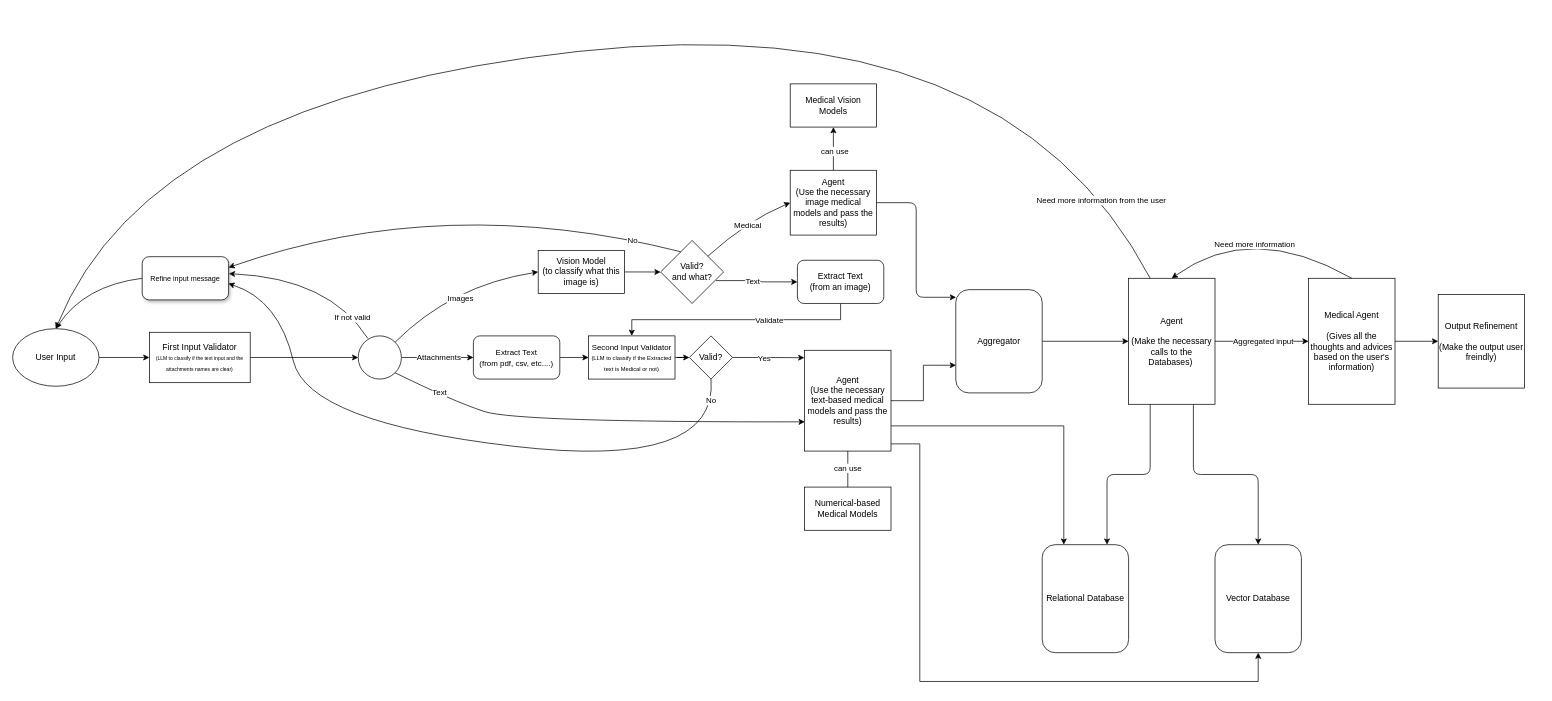
Before: Workflow Diagram/Health-Navigator workflow diagram.drawio in Health-Agentic-AI/Health-Navigator, a draw.io diagram. Source tidied: cells renumbered, new cells numbered last; positions are measured from the earlier drawing's top-left corner, leaving out a move shared by most shapes. Both pictures are drawn from the tidied source at 72%, with x=0, y=0 at pixel (12, 4).
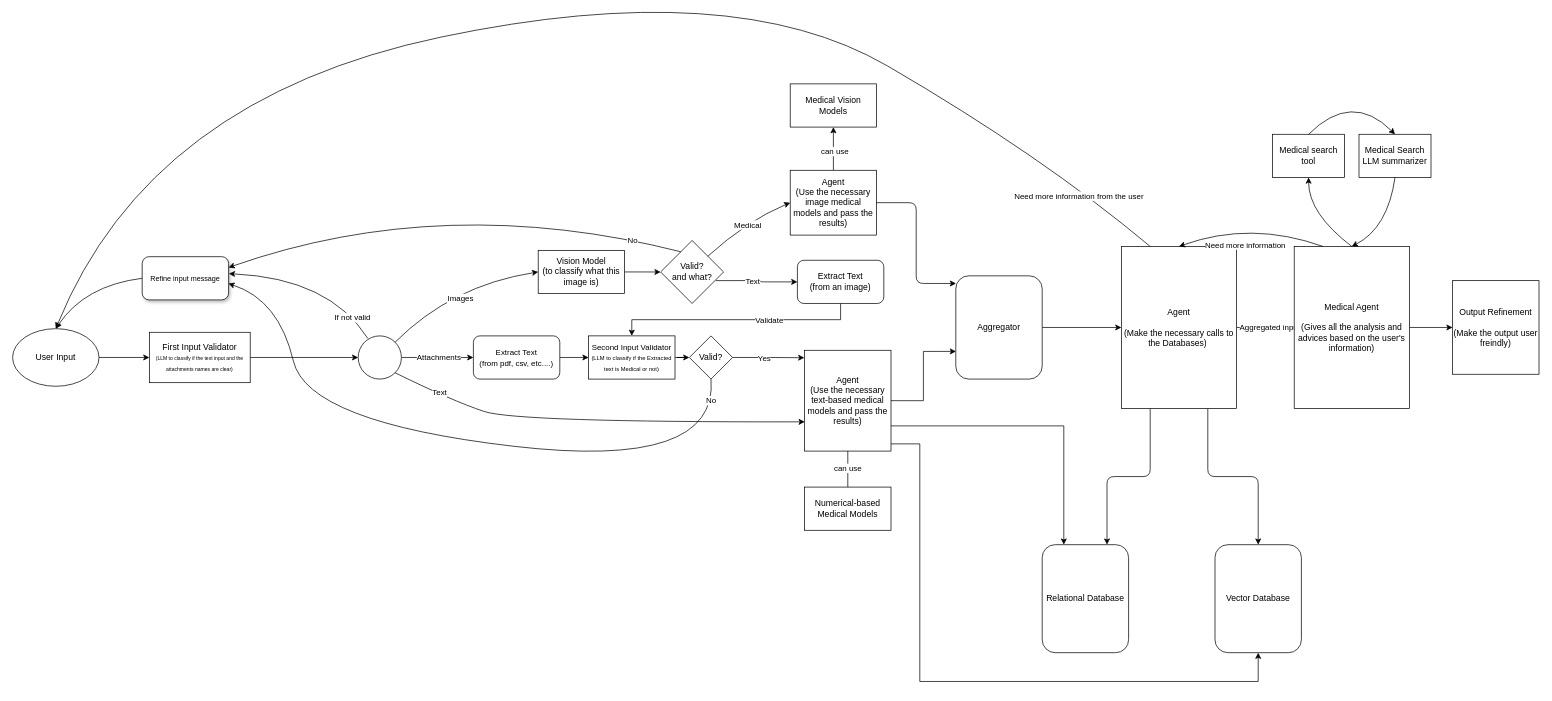
The same diagram, later.

Commit message (it also covers changes not shown here):
Add a medical search tool

Unchanged cells that the change refers to:
```xml
<mxCell id="3" value="User Input" style="ellipse;whiteSpace=wrap;html=1;rounded=0;" parent="1" vertex="1">
  <mxGeometry y="450" width="120" height="80" as="geometry" />
</mxCell>
```

The edit, as a diff of the source:
```diff
@@
     <mxCell id="37" value="Aggregator" style="rounded=1;whiteSpace=wrap;html=1;glass=0;" parent="1" vertex="1">
-      <mxGeometry x="1310" y="395.8" width="120" height="143.4" as="geometry" />
+      <mxGeometry x="1310" y="376.6" width="120" height="143.4" as="geometry" />
     </mxCell>
@@
     <mxCell id="48" value="Agent&lt;div&gt;&lt;br&gt;&lt;div&gt;(Make the&amp;nbsp;necessary calls to the Databases)&amp;nbsp;&lt;/div&gt;&lt;/div&gt;" style="rounded=0;whiteSpace=wrap;html=1;" parent="1" vertex="1">
-      <mxGeometry x="1550" y="380" width="120" height="175" as="geometry" />
+      <mxGeometry x="1540" y="335.8" width="160" height="225" as="geometry" />
     </mxCell>
@@
-    <mxCell id="52" value="Medical Agent&lt;div&gt;&lt;br&gt;&lt;div&gt;(Gives all the thoughts and advices based on the user's information)&lt;/div&gt;&lt;/div&gt;" style="rounded=0;whiteSpace=wrap;html=1;" parent="1" vertex="1">
-      <mxGeometry x="1800" y="380" width="120" height="175" as="geometry" />
+    <mxCell id="52" value="Medical Agent&lt;div&gt;&lt;br&gt;&lt;div&gt;(Gives all the analysis and advices based on the user's information)&lt;/div&gt;&lt;/div&gt;" style="rounded=0;whiteSpace=wrap;html=1;" parent="1" vertex="1">
+      <mxGeometry x="1780" y="335.8" width="160" height="225" as="geometry" />
     </mxCell>
     <mxCell id="53" value="Output Refinement&lt;div&gt;&lt;br&gt;&lt;/div&gt;&lt;div&gt;(Make the output user freindly)&lt;/div&gt;" style="rounded=0;whiteSpace=wrap;html=1;" parent="1" vertex="1">
-      <mxGeometry x="1980" y="402.5" width="120" height="130" as="geometry" />
+      <mxGeometry x="2000" y="383.3" width="120" height="130" as="geometry" />
     </mxCell>
@@
-    <mxCell id="61" style="curved=1;endArrow=classic;html=1;rounded=0;exitX=0.5;exitY=0;exitDx=0;exitDy=0;entryX=0.5;entryY=0;entryDx=0;entryDy=0;" parent="1" edge="1" source="52" target="48">
+    <mxCell id="61" style="curved=1;endArrow=classic;html=1;rounded=0;exitX=0.25;exitY=0;exitDx=0;exitDy=0;entryX=0.5;entryY=0;entryDx=0;entryDy=0;" parent="1" edge="1" source="52" target="48">
       <mxGeometry relative="1" as="geometry">
         <Array as="points">
           <mxPoint x="1720" y="300" />
         </Array>
       </mxGeometry>
     </mxCell>
@@
     <mxCell id="63" style="curved=1;endArrow=classic;html=1;rounded=0;exitX=0.25;exitY=0;exitDx=0;exitDy=0;entryX=0.5;entryY=0;entryDx=0;entryDy=0;" parent="1" edge="1" source="48" target="3">
       <mxGeometry relative="1" as="geometry">
         <Array as="points">
-          <mxPoint x="1380" />
+          <mxPoint x="1430" y="210" />
+          <mxPoint x="1000" y="-40" />
           <mxPoint x="190" y="130" />
         </Array>
       </mxGeometry>
     </mxCell>
@@
+    <mxCell id="66" value="Medical search tool" style="rounded=0;whiteSpace=wrap;html=1;" parent="1" vertex="1">
+      <mxGeometry x="1750" y="180" width="100" height="60" as="geometry" />
+    </mxCell>
+    <mxCell id="67" value="Medical Search LLM summarizer" style="rounded=0;whiteSpace=wrap;html=1;" parent="1" vertex="1">
+      <mxGeometry x="1870" y="180" width="100" height="60" as="geometry" />
+    </mxCell>
+    <mxCell id="68" style="curved=1;endArrow=classic;html=1;rounded=0;entryX=0.5;entryY=1;entryDx=0;entryDy=0;exitX=0.5;exitY=0;exitDx=0;exitDy=0;" parent="1" edge="1" source="52" target="66">
+      <mxGeometry relative="1" as="geometry">
+        <Array as="points">
+          <mxPoint x="1800" y="290" />
+        </Array>
+      </mxGeometry>
+    </mxCell>
+    <mxCell id="69" style="curved=1;endArrow=classic;html=1;rounded=0;entryX=0.5;entryY=0;entryDx=0;entryDy=0;exitX=0.5;exitY=0;exitDx=0;exitDy=0;" parent="1" edge="1" source="66" target="67">
+      <mxGeometry relative="1" as="geometry">
+        <Array as="points">
+          <mxPoint x="1860" y="120" />
+        </Array>
+      </mxGeometry>
+    </mxCell>
+    <mxCell id="70" style="curved=1;endArrow=classic;html=1;rounded=0;exitX=0.5;exitY=1;exitDx=0;exitDy=0;entryX=0.5;entryY=0;entryDx=0;entryDy=0;" parent="1" edge="1" source="67" target="52">
+      <mxGeometry relative="1" as="geometry">
+        <Array as="points">
+          <mxPoint x="1910" y="310" />
+        </Array>
+      </mxGeometry>
+    </mxCell>
```
